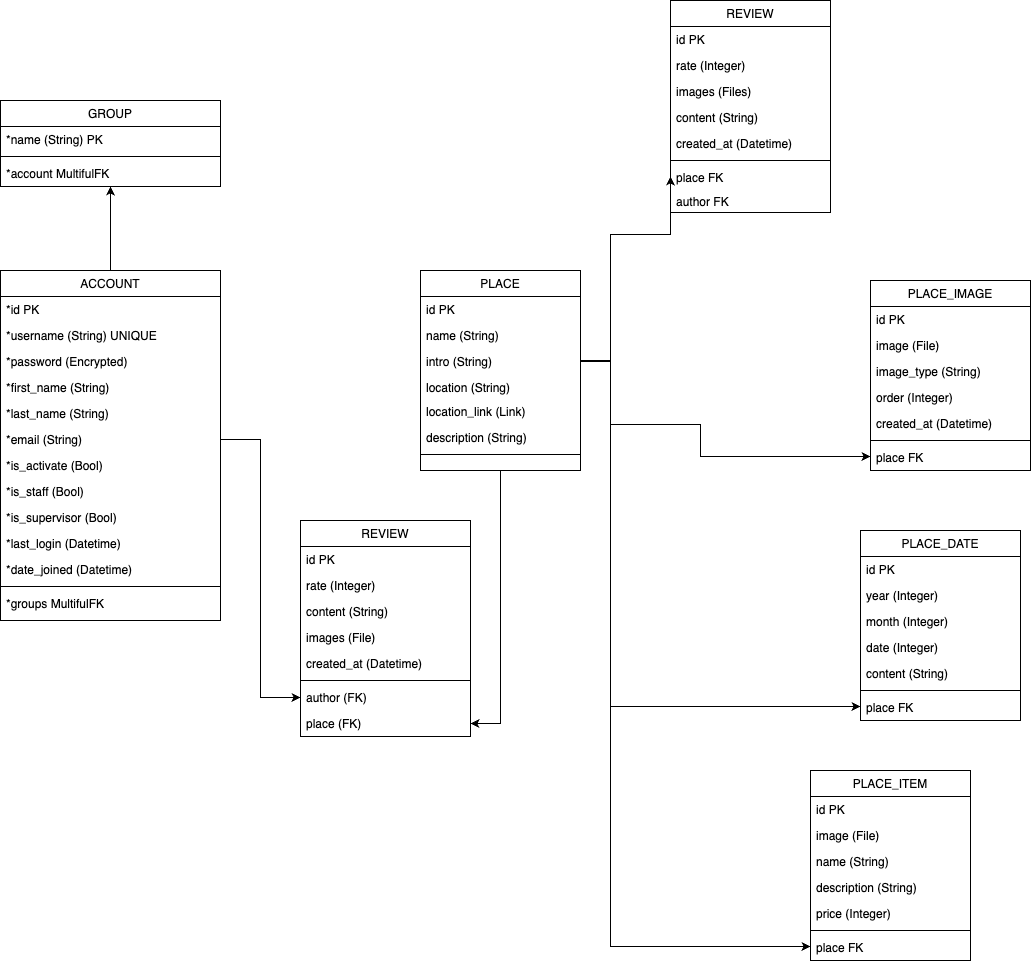
astlexbudler/Apy_Thesoom keeps this draw.io diagram as Docs/db.drawio.png. Above is the earlier version. Source tidied: cells renumbered, new cells last; positions are measured from the earlier drawing's top-left corner, leaving out a move shared by most shapes.
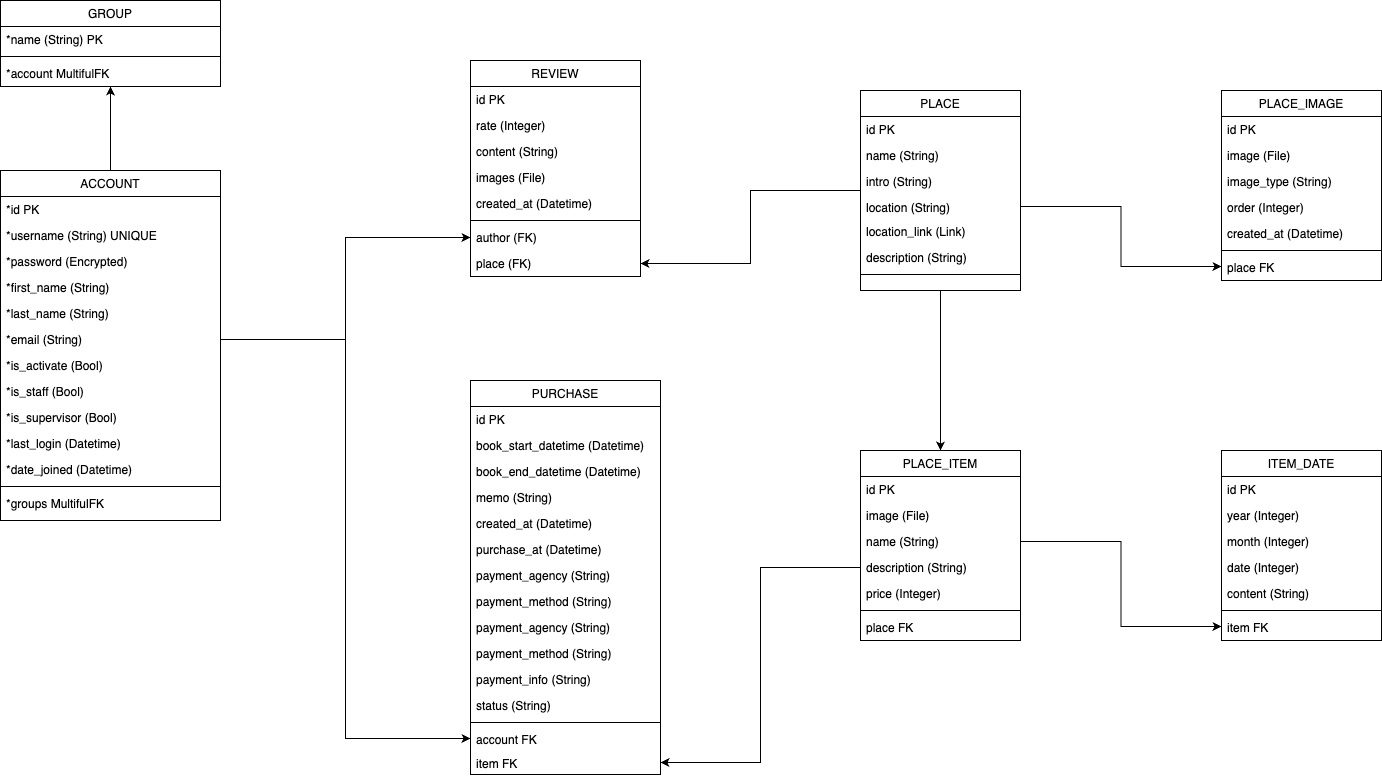
The same file after the commit.

Change to the diagram source:
```diff
@@ -48,7 +48,7 @@
       <mxGeometry y="320" width="220" height="26" as="geometry" />
     </mxCell>
     <mxCell id="17" value="REVIEW" style="swimlane;fontStyle=0;align=center;verticalAlign=top;horizontal=1;startSize=26;rounded=0;shadow=0;strokeWidth=1;" parent="1" vertex="1">
-      <mxGeometry x="300" y="520" width="170" height="216" as="geometry" />
+      <mxGeometry x="470" y="160" width="170" height="216" as="geometry" />
     </mxCell>
     <mxCell id="18" value="id PK" style="text;align=left;verticalAlign=top;spacingLeft=4;spacingRight=4;overflow=hidden;" parent="17" vertex="1">
       <mxGeometry y="26" width="170" height="26" as="geometry" />
@@ -74,20 +74,14 @@
     <mxCell id="25" value="place (FK)" style="text;align=left;verticalAlign=top;spacingLeft=4;spacingRight=4;overflow=hidden;points=[[0,0.5],[1,0.5]];portConstraint=eastwest;rounded=0;shadow=0;html=0;" parent="17" vertex="1">
       <mxGeometry y="190" width="170" height="26" as="geometry" />
     </mxCell>
-    <mxCell id="26" style="edgeStyle=orthogonalEdgeStyle;rounded=0;jettySize=auto;html=1;entryX=0;entryY=0.5;entryDx=0;entryDy=0;" parent="1" edge="1" target="56">
-      <mxGeometry relative="1" as="geometry">
-        <mxPoint x="580" y="360" as="sourcePoint" />
-        <Array as="points">
-          <mxPoint x="610" y="360" />
-          <mxPoint x="610" y="234" />
-        </Array>
-      </mxGeometry>
-    </mxCell>
     <mxCell id="27" style="edgeStyle=orthogonalEdgeStyle;rounded=0;jettySize=auto;html=1;entryX=1;entryY=0.5;entryDx=0;entryDy=0;" parent="1" edge="1" source="28" target="25">
       <mxGeometry relative="1" as="geometry" />
     </mxCell>
+    <mxCell id="77" style="edgeStyle=orthogonalEdgeStyle;rounded=0;jettySize=auto;html=1;entryX=0.5;entryY=0;entryDx=0;entryDy=0;" parent="1" edge="1" source="28" target="67">
+      <mxGeometry relative="1" as="geometry" />
+    </mxCell>
     <mxCell id="28" value="PLACE" style="swimlane;fontStyle=0;align=center;verticalAlign=top;horizontal=1;startSize=26;rounded=0;shadow=0;strokeWidth=1;" parent="1" vertex="1">
-      <mxGeometry x="420" y="270" width="160" height="200" as="geometry" />
+      <mxGeometry x="860" y="190" width="160" height="200" as="geometry" />
     </mxCell>
     <mxCell id="29" value="id PK" style="text;align=left;verticalAlign=top;spacingLeft=4;spacingRight=4;overflow=hidden;" parent="28" vertex="1">
       <mxGeometry y="26" width="160" height="26" as="geometry" />
@@ -111,7 +105,7 @@
       <mxGeometry y="180" width="160" height="8" as="geometry" />
     </mxCell>
     <mxCell id="36" value="PLACE_IMAGE" style="swimlane;fontStyle=0;align=center;verticalAlign=top;horizontal=1;startSize=26;rounded=0;shadow=0;strokeWidth=1;" parent="1" vertex="1">
-      <mxGeometry x="870" y="280" width="160" height="190" as="geometry" />
+      <mxGeometry x="1221" y="190" width="160" height="190" as="geometry" />
     </mxCell>
     <mxCell id="37" value="id PK" style="text;align=left;verticalAlign=top;spacingLeft=4;spacingRight=4;overflow=hidden;" parent="36" vertex="1">
       <mxGeometry y="26" width="160" height="26" as="geometry" />
@@ -134,15 +128,6 @@
     <mxCell id="43" value="place FK" style="text;align=left;verticalAlign=top;spacingLeft=4;spacingRight=4;overflow=hidden;points=[[0,0.5],[1,0.5]];portConstraint=eastwest;rounded=0;shadow=0;html=0;" parent="36" vertex="1">
       <mxGeometry y="164" width="160" height="24" as="geometry" />
     </mxCell>
-    <mxCell id="44" style="edgeStyle=orthogonalEdgeStyle;rounded=0;jettySize=auto;html=1;entryX=0;entryY=0.5;entryDx=0;entryDy=0;exitX=1;exitY=0.5;exitDx=0;exitDy=0;" parent="1" edge="1" source="31" target="43">
-      <mxGeometry relative="1" as="geometry">
-        <Array as="points">
-          <mxPoint x="610" y="360" />
-          <mxPoint x="610" y="424" />
-          <mxPoint x="700" y="424" />
-        </Array>
-      </mxGeometry>
-    </mxCell>
     <mxCell id="45" value="GROUP" style="swimlane;fontStyle=0;align=center;verticalAlign=top;horizontal=1;startSize=26;rounded=0;shadow=0;strokeWidth=1;" parent="1" vertex="1">
       <mxGeometry y="100" width="220" height="86" as="geometry" />
     </mxCell>
@@ -155,35 +140,56 @@
     <mxCell id="48" value="*account MultifulFK" style="text;align=left;verticalAlign=top;spacingLeft=4;spacingRight=4;overflow=hidden;" parent="45" vertex="1">
       <mxGeometry y="60" width="220" height="26" as="geometry" />
     </mxCell>
-    <mxCell id="49" value="REVIEW" style="swimlane;fontStyle=0;align=center;verticalAlign=top;horizontal=1;startSize=26;rounded=0;shadow=0;strokeWidth=1;" parent="1" vertex="1">
-      <mxGeometry x="670" width="160" height="212" as="geometry" />
+    <mxCell id="49" value="PURCHASE" style="swimlane;fontStyle=0;align=center;verticalAlign=top;horizontal=1;startSize=26;rounded=0;shadow=0;strokeWidth=1;" parent="1" vertex="1">
+      <mxGeometry x="470" y="480" width="190" height="394" as="geometry" />
     </mxCell>
     <mxCell id="50" value="id PK" style="text;align=left;verticalAlign=top;spacingLeft=4;spacingRight=4;overflow=hidden;" parent="49" vertex="1">
-      <mxGeometry y="26" width="160" height="26" as="geometry" />
+      <mxGeometry y="26" width="190" height="26" as="geometry" />
     </mxCell>
-    <mxCell id="51" value="rate (Integer)" style="text;align=left;verticalAlign=top;spacingLeft=4;spacingRight=4;overflow=hidden;rounded=0;shadow=0;html=0;" parent="49" vertex="1">
-      <mxGeometry y="52" width="160" height="26" as="geometry" />
+    <mxCell id="51" value="book_start_datetime (Datetime)" style="text;align=left;verticalAlign=top;spacingLeft=4;spacingRight=4;overflow=hidden;rounded=0;shadow=0;html=0;" parent="49" vertex="1">
+      <mxGeometry y="52" width="190" height="26" as="geometry" />
     </mxCell>
-    <mxCell id="52" value="images (Files)" style="text;align=left;verticalAlign=top;spacingLeft=4;spacingRight=4;overflow=hidden;rounded=0;shadow=0;html=0;" parent="49" vertex="1">
-      <mxGeometry y="78" width="160" height="26" as="geometry" />
+    <mxCell id="52" value="book_end_datetime (Datetime)" style="text;align=left;verticalAlign=top;spacingLeft=4;spacingRight=4;overflow=hidden;rounded=0;shadow=0;html=0;" parent="49" vertex="1">
+      <mxGeometry y="78" width="190" height="26" as="geometry" />
     </mxCell>
-    <mxCell id="53" value="content (String)" style="text;align=left;verticalAlign=top;spacingLeft=4;spacingRight=4;overflow=hidden;rounded=0;shadow=0;html=0;" parent="49" vertex="1">
-      <mxGeometry y="104" width="160" height="26" as="geometry" />
+    <mxCell id="53" value="memo (String)" style="text;align=left;verticalAlign=top;spacingLeft=4;spacingRight=4;overflow=hidden;rounded=0;shadow=0;html=0;" parent="49" vertex="1">
+      <mxGeometry y="104" width="190" height="26" as="geometry" />
     </mxCell>
     <mxCell id="54" value="created_at (Datetime)" style="text;align=left;verticalAlign=top;spacingLeft=4;spacingRight=4;overflow=hidden;rounded=0;shadow=0;html=0;" parent="49" vertex="1">
-      <mxGeometry y="130" width="160" height="26" as="geometry" />
+      <mxGeometry y="130" width="190" height="26" as="geometry" />
     </mxCell>
+    <mxCell id="78" value="purchase_at (Datetime)" style="text;align=left;verticalAlign=top;spacingLeft=4;spacingRight=4;overflow=hidden;rounded=0;shadow=0;html=0;" parent="49" vertex="1">
+      <mxGeometry y="156" width="190" height="26" as="geometry" />
+    </mxCell>
+    <mxCell id="79" value="payment_agency (String)" style="text;align=left;verticalAlign=top;spacingLeft=4;spacingRight=4;overflow=hidden;rounded=0;shadow=0;html=0;" parent="49" vertex="1">
+      <mxGeometry y="182" width="190" height="26" as="geometry" />
+    </mxCell>
+    <mxCell id="80" value="payment_method (String)" style="text;align=left;verticalAlign=top;spacingLeft=4;spacingRight=4;overflow=hidden;rounded=0;shadow=0;html=0;" parent="49" vertex="1">
+      <mxGeometry y="208" width="190" height="26" as="geometry" />
+    </mxCell>
+    <mxCell id="81" value="payment_agency (String)" style="text;align=left;verticalAlign=top;spacingLeft=4;spacingRight=4;overflow=hidden;rounded=0;shadow=0;html=0;" parent="49" vertex="1">
+      <mxGeometry y="234" width="190" height="26" as="geometry" />
+    </mxCell>
+    <mxCell id="82" value="payment_method (String)" style="text;align=left;verticalAlign=top;spacingLeft=4;spacingRight=4;overflow=hidden;rounded=0;shadow=0;html=0;" parent="49" vertex="1">
+      <mxGeometry y="260" width="190" height="26" as="geometry" />
+    </mxCell>
+    <mxCell id="83" value="payment_info (String)" style="text;align=left;verticalAlign=top;spacingLeft=4;spacingRight=4;overflow=hidden;rounded=0;shadow=0;html=0;" parent="49" vertex="1">
+      <mxGeometry y="286" width="190" height="26" as="geometry" />
+    </mxCell>
+    <mxCell id="84" value="status (String)" style="text;align=left;verticalAlign=top;spacingLeft=4;spacingRight=4;overflow=hidden;rounded=0;shadow=0;html=0;" parent="49" vertex="1">
+      <mxGeometry y="312" width="190" height="26" as="geometry" />
+    </mxCell>
     <mxCell id="55" style="line;html=1;strokeWidth=1;align=left;verticalAlign=middle;spacingTop=-1;spacingLeft=3;spacingRight=3;labelPosition=right;" parent="49" vertex="1">
-      <mxGeometry y="156" width="160" height="8" as="geometry" />
+      <mxGeometry y="338" width="190" height="8" as="geometry" />
     </mxCell>
-    <mxCell id="56" value="place FK" style="text;align=left;verticalAlign=top;spacingLeft=4;spacingRight=4;overflow=hidden;points=[[0,0.5],[1,0.5]];portConstraint=eastwest;rounded=0;shadow=0;html=0;" parent="49" vertex="1">
-      <mxGeometry y="164" width="160" height="24" as="geometry" />
+    <mxCell id="56" value="account FK" style="text;align=left;verticalAlign=top;spacingLeft=4;spacingRight=4;overflow=hidden;points=[[0,0.5],[1,0.5]];portConstraint=eastwest;rounded=0;shadow=0;html=0;" parent="49" vertex="1">
+      <mxGeometry y="346" width="190" height="24" as="geometry" />
     </mxCell>
-    <mxCell id="57" value="author FK" style="text;align=left;verticalAlign=top;spacingLeft=4;spacingRight=4;overflow=hidden;points=[[0,0.5],[1,0.5]];portConstraint=eastwest;rounded=0;shadow=0;html=0;" parent="49" vertex="1">
-      <mxGeometry y="188" width="160" height="24" as="geometry" />
+    <mxCell id="57" value="item FK" style="text;align=left;verticalAlign=top;spacingLeft=4;spacingRight=4;overflow=hidden;points=[[0,0.5],[1,0.5]];portConstraint=eastwest;rounded=0;shadow=0;html=0;" parent="49" vertex="1">
+      <mxGeometry y="370" width="190" height="24" as="geometry" />
     </mxCell>
-    <mxCell id="58" value="PLACE_DATE" style="swimlane;fontStyle=0;align=center;verticalAlign=top;horizontal=1;startSize=26;rounded=0;shadow=0;strokeWidth=1;" parent="1" vertex="1">
-      <mxGeometry x="860" y="530" width="160" height="190" as="geometry" />
+    <mxCell id="58" value="ITEM_DATE" style="swimlane;fontStyle=0;align=center;verticalAlign=top;horizontal=1;startSize=26;rounded=0;shadow=0;strokeWidth=1;" parent="1" vertex="1">
+      <mxGeometry x="1221" y="550" width="160" height="190" as="geometry" />
     </mxCell>
     <mxCell id="59" value="id PK" style="text;align=left;verticalAlign=top;spacingLeft=4;spacingRight=4;overflow=hidden;" parent="58" vertex="1">
       <mxGeometry y="26" width="160" height="26" as="geometry" />
@@ -203,19 +209,11 @@
     <mxCell id="64" style="line;html=1;strokeWidth=1;align=left;verticalAlign=middle;spacingTop=-1;spacingLeft=3;spacingRight=3;labelPosition=right;" parent="58" vertex="1">
       <mxGeometry y="156" width="160" height="8" as="geometry" />
     </mxCell>
-    <mxCell id="65" value="place FK" style="text;align=left;verticalAlign=top;spacingLeft=4;spacingRight=4;overflow=hidden;points=[[0,0.5],[1,0.5]];portConstraint=eastwest;rounded=0;shadow=0;html=0;" parent="58" vertex="1">
+    <mxCell id="65" value="item FK" style="text;align=left;verticalAlign=top;spacingLeft=4;spacingRight=4;overflow=hidden;points=[[0,0.5],[1,0.5]];portConstraint=eastwest;rounded=0;shadow=0;html=0;" parent="58" vertex="1">
       <mxGeometry y="164" width="160" height="24" as="geometry" />
     </mxCell>
-    <mxCell id="66" style="edgeStyle=orthogonalEdgeStyle;rounded=0;jettySize=auto;html=1;entryX=0;entryY=0.5;entryDx=0;entryDy=0;" parent="1" edge="1" source="31" target="65">
-      <mxGeometry relative="1" as="geometry">
-        <Array as="points">
-          <mxPoint x="610" y="361" />
-          <mxPoint x="610" y="706" />
-        </Array>
-      </mxGeometry>
-    </mxCell>
     <mxCell id="67" value="PLACE_ITEM" style="swimlane;fontStyle=0;align=center;verticalAlign=top;horizontal=1;startSize=26;rounded=0;shadow=0;strokeWidth=1;" parent="1" vertex="1">
-      <mxGeometry x="810" y="770" width="160" height="190" as="geometry" />
+      <mxGeometry x="860" y="550" width="160" height="190" as="geometry" />
     </mxCell>
     <mxCell id="68" value="id PK" style="text;align=left;verticalAlign=top;spacingLeft=4;spacingRight=4;overflow=hidden;" parent="67" vertex="1">
       <mxGeometry y="26" width="160" height="26" as="geometry" />
@@ -238,16 +236,20 @@
     <mxCell id="74" value="place FK" style="text;align=left;verticalAlign=top;spacingLeft=4;spacingRight=4;overflow=hidden;points=[[0,0.5],[1,0.5]];portConstraint=eastwest;rounded=0;shadow=0;html=0;" parent="67" vertex="1">
       <mxGeometry y="164" width="160" height="24" as="geometry" />
     </mxCell>
-    <mxCell id="75" style="edgeStyle=orthogonalEdgeStyle;rounded=0;jettySize=auto;html=1;entryX=0;entryY=0.5;entryDx=0;entryDy=0;exitX=1;exitY=0.5;exitDx=0;exitDy=0;" parent="1" edge="1" source="31" target="74">
-      <mxGeometry relative="1" as="geometry">
-        <Array as="points">
-          <mxPoint x="610" y="361" />
-          <mxPoint x="610" y="946" />
-        </Array>
-      </mxGeometry>
-    </mxCell>
     <mxCell id="76" style="edgeStyle=orthogonalEdgeStyle;rounded=0;jettySize=auto;html=1;entryX=0;entryY=0.5;entryDx=0;entryDy=0;" parent="1" edge="1" source="9" target="24">
       <mxGeometry relative="1" as="geometry" />
     </mxCell>
+    <mxCell id="85" style="edgeStyle=orthogonalEdgeStyle;rounded=0;jettySize=auto;html=1;" parent="1" edge="1" source="70" target="65">
+      <mxGeometry relative="1" as="geometry" />
+    </mxCell>
+    <mxCell id="86" style="edgeStyle=orthogonalEdgeStyle;rounded=0;jettySize=auto;html=1;entryX=0;entryY=0.5;entryDx=0;entryDy=0;" parent="1" edge="1" source="9" target="56">
+      <mxGeometry relative="1" as="geometry" />
+    </mxCell>
+    <mxCell id="87" style="edgeStyle=orthogonalEdgeStyle;rounded=0;jettySize=auto;html=1;entryX=1;entryY=0.5;entryDx=0;entryDy=0;" parent="1" edge="1" source="71" target="57">
+      <mxGeometry relative="1" as="geometry" />
+    </mxCell>
+    <mxCell id="88" style="edgeStyle=orthogonalEdgeStyle;rounded=0;jettySize=auto;html=1;entryX=0;entryY=0.5;entryDx=0;entryDy=0;" parent="1" edge="1" source="32" target="43">
+      <mxGeometry relative="1" as="geometry" />
+    </mxCell>
   </root>
 </mxGraphModel>
```
